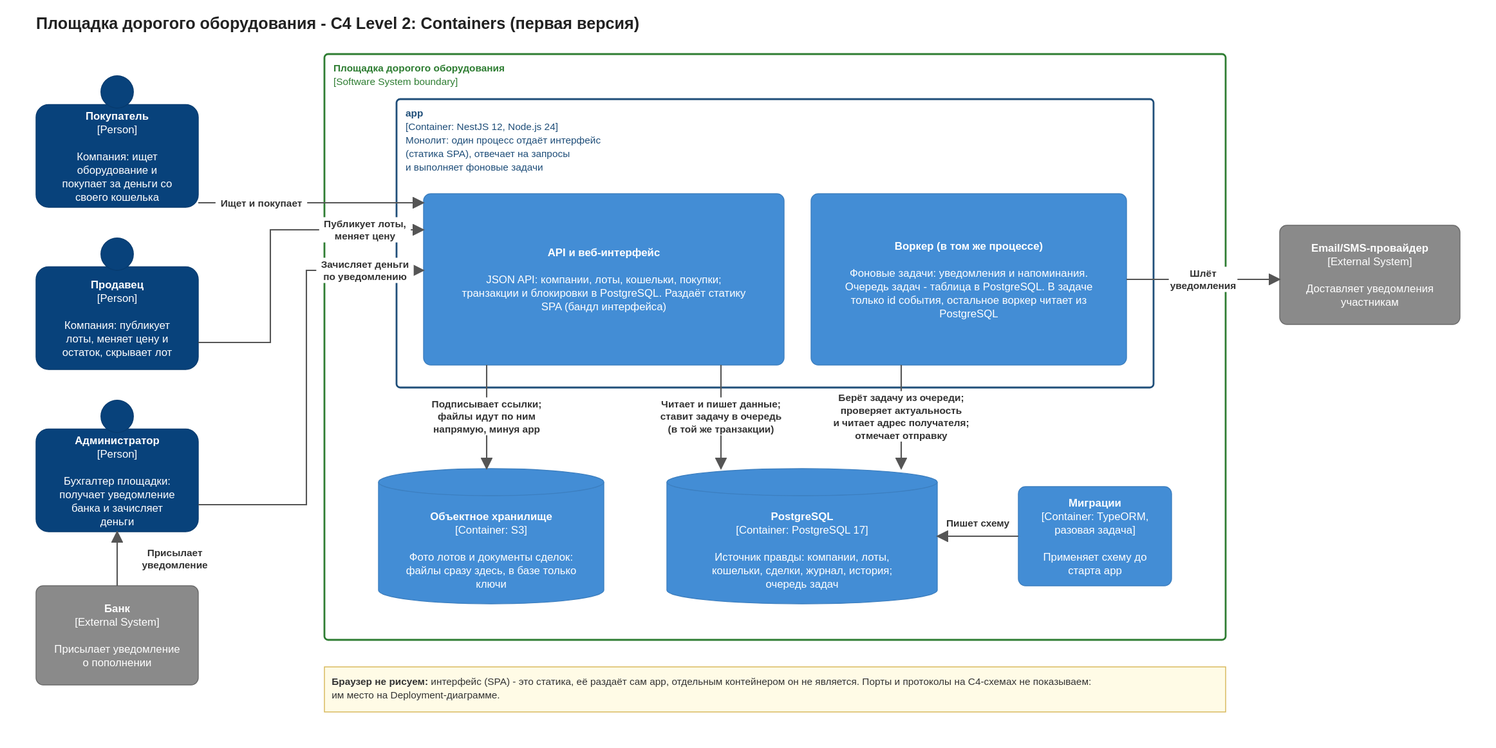
The draw.io diagram docs/system-design/marketplace-v2/L2 - Containers.drawio.svg in Elaman19/system-design, before a commit. Source tidied: cells renumbered, new cells last; positions are measured from the earlier drawing's top-left corner, leaving out a move shared by most shapes.
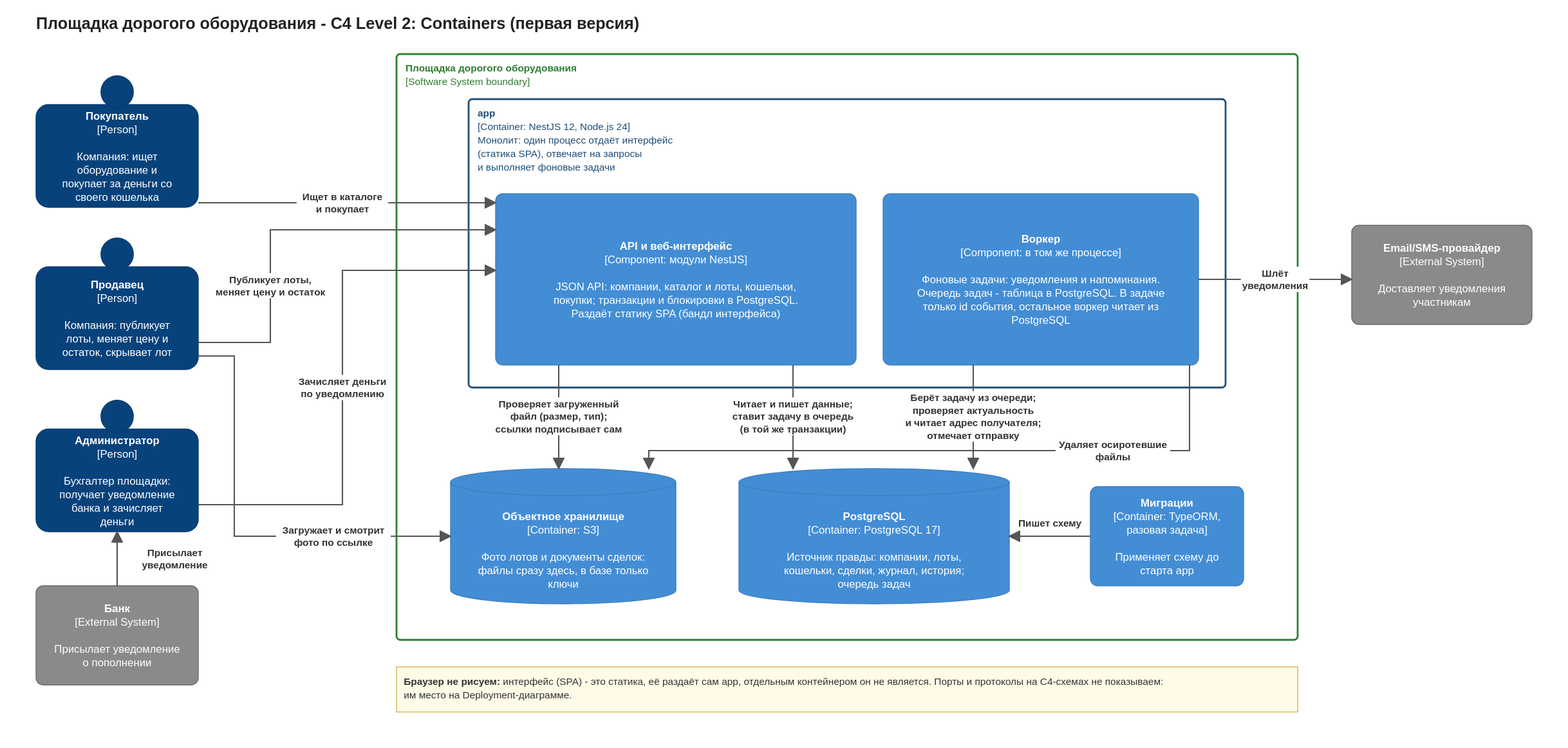
After the change.

Diff of the diagram source:
```diff
@@ -9,24 +9,24 @@
       <mxGeometry x="400" y="96" width="840" height="320" as="geometry" />
     </mxCell>
     <mxCell id="4" value="&lt;b&gt;Площадка дорогого оборудования - C4 Level 2: Containers (первая версия)&lt;/b&gt;" style="fontFamily=Helvetica;html=1;whiteSpace=wrap;text;fontSize=18;align=left;verticalAlign=top;fontColor=#222222;" parent="1" vertex="1">
-      <mxGeometry width="1580" height="30" as="geometry" />
+      <mxGeometry x="-80" width="1580" height="30" as="geometry" />
     </mxCell>
     <mxCell id="5" value="&lt;b&gt;Покупатель&lt;/b&gt;&lt;br&gt;[Person]&lt;br&gt;&lt;br&gt;Компания: ищет оборудование и покупает за деньги со своего кошелька" style="fontFamily=Helvetica;html=1;whiteSpace=wrap;fontSize=12;shape=mxgraph.c4.person2;fillColor=#08427b;strokeColor=#073b6f;fontColor=#ffffff;align=center;verticalAlign=middle;" parent="1" vertex="1">
-      <mxGeometry y="66" width="180" height="150" as="geometry" />
+      <mxGeometry x="-80" y="66" width="180" height="150" as="geometry" />
     </mxCell>
     <mxCell id="6" value="&lt;b&gt;Продавец&lt;/b&gt;&lt;br&gt;[Person]&lt;br&gt;&lt;br&gt;Компания: публикует лоты, меняет цену и остаток, скрывает лот" style="fontFamily=Helvetica;html=1;whiteSpace=wrap;fontSize=12;shape=mxgraph.c4.person2;fillColor=#08427b;strokeColor=#073b6f;fontColor=#ffffff;align=center;verticalAlign=middle;" parent="1" vertex="1">
-      <mxGeometry y="246" width="180" height="150" as="geometry" />
+      <mxGeometry x="-80" y="246" width="180" height="150" as="geometry" />
     </mxCell>
     <mxCell id="7" value="&lt;b&gt;Администратор&lt;/b&gt;&lt;br&gt;[Person]&lt;br&gt;&lt;br&gt;Бухгалтер площадки: получает уведомление банка и зачисляет деньги" style="fontFamily=Helvetica;html=1;whiteSpace=wrap;fontSize=12;shape=mxgraph.c4.person2;fillColor=#08427b;strokeColor=#073b6f;fontColor=#ffffff;align=center;verticalAlign=middle;" parent="1" vertex="1">
-      <mxGeometry y="426" width="180" height="150" as="geometry" />
+      <mxGeometry x="-80" y="426" width="180" height="150" as="geometry" />
     </mxCell>
     <mxCell id="8" value="&lt;b&gt;Банк&lt;/b&gt;&lt;br&gt;[External System]&lt;br&gt;&lt;br&gt;Присылает уведомление о пополнении" style="fontFamily=Helvetica;html=1;whiteSpace=wrap;fontSize=12;rounded=1;arcSize=8;fillColor=#8a8a8a;strokeColor=#6b6b6b;fontColor=#ffffff;" parent="1" vertex="1">
-      <mxGeometry y="636" width="180" height="110" as="geometry" />
+      <mxGeometry x="-80" y="636" width="180" height="110" as="geometry" />
     </mxCell>
-    <mxCell id="9" value="&lt;b&gt;API и веб-интерфейс&lt;/b&gt;&lt;br&gt;&lt;br&gt;JSON API: компании, лоты, кошельки, покупки; транзакции и блокировки в PostgreSQL. Раздаёт статику SPA (бандл интерфейса)" style="fontFamily=Helvetica;html=1;whiteSpace=wrap;fontSize=12;rounded=1;arcSize=8;fillColor=#438dd5;strokeColor=#3c7fc0;fontColor=#ffffff;" parent="1" vertex="1">
+    <mxCell id="9" value="&lt;b&gt;API и веб-интерфейс&lt;/b&gt;&lt;br&gt;[Component: модули NestJS]&lt;br&gt;&lt;br&gt;JSON API: компании, каталог и лоты, кошельки, покупки; транзакции и блокировки в PostgreSQL. Раздаёт статику SPA (бандл интерфейса)" style="fontFamily=Helvetica;html=1;whiteSpace=wrap;fontSize=12;rounded=1;arcSize=8;fillColor=#438dd5;strokeColor=#3c7fc0;fontColor=#ffffff;" parent="1" vertex="1">
       <mxGeometry x="430" y="201" width="400" height="190" as="geometry" />
     </mxCell>
-    <mxCell id="10" value="&lt;b&gt;Воркер (в том же процессе)&lt;/b&gt;&lt;br&gt;&lt;br&gt;Фоновые задачи: уведомления и напоминания. Очередь задач - таблица в PostgreSQL. В задаче только id события, остальное воркер читает из PostgreSQL" style="fontFamily=Helvetica;html=1;whiteSpace=wrap;fontSize=12;rounded=1;arcSize=8;fillColor=#438dd5;strokeColor=#3c7fc0;fontColor=#ffffff;" parent="1" vertex="1">
+    <mxCell id="10" value="&lt;b&gt;Воркер&lt;/b&gt;&lt;br&gt;[Component: в том же процессе]&lt;br&gt;&lt;br&gt;Фоновые задачи: уведомления и напоминания. Очередь задач - таблица в PostgreSQL. В задаче только id события, остальное воркер читает из PostgreSQL" style="fontFamily=Helvetica;html=1;whiteSpace=wrap;fontSize=12;rounded=1;arcSize=8;fillColor=#438dd5;strokeColor=#3c7fc0;fontColor=#ffffff;" parent="1" vertex="1">
       <mxGeometry x="860" y="201" width="350" height="190" as="geometry" />
     </mxCell>
     <mxCell id="11" value="&lt;b&gt;Объектное хранилище&lt;/b&gt;&lt;br&gt;[Container: S3]&lt;br&gt;&lt;br&gt;Фото лотов и документы сделок: файлы сразу здесь, в базе только ключи" style="fontFamily=Helvetica;html=1;whiteSpace=wrap;fontSize=12;shape=cylinder3;boundedLbl=1;backgroundOutline=1;size=15;fillColor=#438dd5;strokeColor=#3c7fc0;fontColor=#ffffff;" parent="1" vertex="1">
@@ -44,25 +44,6 @@
     <mxCell id="15" value="&lt;b&gt;Браузер не рисуем:&lt;/b&gt;интерфейс (SPA) - это статика, её раздаёт сам app, отдельным контейнером он не является. Порты и протоколы на C4-схемах не показываем: им место на Deployment-диаграмме." style="fontFamily=Helvetica;html=1;whiteSpace=wrap;fontSize=12;rounded=0;fillColor=#fffbe6;strokeColor=#d6b656;fontColor=#333333;align=left;verticalAlign=top;spacing=8;fontSize=11;" parent="1" vertex="1">
       <mxGeometry x="320" y="726" width="1000" height="50" as="geometry" />
     </mxCell>
-    <mxCell id="16" value="&lt;b&gt;Ищет и покупает&lt;/b&gt;" style="fontFamily=Helvetica;html=1;whiteSpace=wrap;fontSize=11;rounded=0;endArrow=blockThin;endFill=1;strokeColor=#555555;strokeWidth=1.5;fontColor=#333333;labelBackgroundColor=#ffffff;exitX=1.0;exitY=0.956;entryX=0.0;entryY=0.053;" parent="1" edge="1" source="5" target="9">
-      <mxGeometry x="-0.44" relative="1" as="geometry" />
-    </mxCell>
-    <mxCell id="17" value="&lt;b&gt;Публикует лоты,&lt;br&gt;меняет цену&lt;/b&gt;" style="fontFamily=Helvetica;html=1;whiteSpace=wrap;fontSize=11;rounded=0;endArrow=blockThin;endFill=1;strokeColor=#555555;strokeWidth=1.5;fontColor=#333333;labelBackgroundColor=#ffffff;exitX=1.0;exitY=0.737;entryX=0.0;entryY=0.211;" parent="1" edge="1" source="6" target="9">
-      <mxGeometry x="0.65" relative="1" as="geometry">
-        <Array as="points">
-          <mxPoint x="260" y="366" />
-          <mxPoint x="260" y="241" />
-        </Array>
-      </mxGeometry>
-    </mxCell>
-    <mxCell id="18" value="&lt;b&gt;Зачисляет деньги&lt;br&gt;по уведомлению&lt;/b&gt;" style="fontFamily=Helvetica;html=1;whiteSpace=wrap;fontSize=11;rounded=0;endArrow=blockThin;endFill=1;strokeColor=#555555;strokeWidth=1.5;fontColor=#333333;labelBackgroundColor=#ffffff;exitX=1.0;exitY=0.737;entryX=0.0;entryY=0.447;" parent="1" edge="1" source="7" target="9">
-      <mxGeometry x="0.75" relative="1" as="geometry">
-        <Array as="points">
-          <mxPoint x="300" y="546" />
-          <mxPoint x="300" y="286" />
-        </Array>
-      </mxGeometry>
-    </mxCell>
     <mxCell id="19" value="&lt;b&gt;Присылает&lt;br&gt;уведомление&lt;/b&gt;" style="fontFamily=Helvetica;html=1;whiteSpace=wrap;fontSize=11;rounded=0;endArrow=blockThin;endFill=1;strokeColor=#555555;strokeWidth=1.5;fontColor=#333333;labelBackgroundColor=#ffffff;exitX=0.5;exitY=0.0;entryX=0.5;entryY=1.0;" parent="1" edge="1" source="8" target="7">
       <mxGeometry relative="1" as="geometry">
         <mxPoint x="64" as="offset" />
@@ -71,7 +52,7 @@
     <mxCell id="20" value="&lt;b&gt;Читает и пишет данные;&lt;br&gt;ставит задачу в очередь&lt;br&gt;(в той же транзакции)&lt;/b&gt;" style="fontFamily=Helvetica;html=1;whiteSpace=wrap;fontSize=11;rounded=0;endArrow=blockThin;endFill=1;strokeColor=#555555;strokeWidth=1.5;fontColor=#333333;labelBackgroundColor=#ffffff;exitX=0.825;exitY=1.0;entryX=0.2;entryY=0.0;" parent="1" edge="1" source="9" target="12">
       <mxGeometry x="-0.01" relative="1" as="geometry" />
     </mxCell>
-    <mxCell id="21" value="&lt;b&gt;Подписывает ссылки;&lt;br&gt;файлы идут по ним&lt;br&gt;напрямую, минуя app&lt;/b&gt;" style="fontFamily=Helvetica;html=1;whiteSpace=wrap;fontSize=11;rounded=0;endArrow=blockThin;endFill=1;strokeColor=#555555;strokeWidth=1.5;fontColor=#333333;labelBackgroundColor=#ffffff;exitX=0.175;exitY=1.0;entryX=0.48;entryY=0.0;" parent="1" edge="1" source="9" target="11">
+    <mxCell id="21" value="&lt;b&gt;Проверяет загруженный&lt;br&gt;файл (размер, тип);&lt;br&gt;ссылки подписывает сам&lt;/b&gt;" style="fontFamily=Helvetica;html=1;whiteSpace=wrap;fontSize=11;rounded=0;endArrow=blockThin;endFill=1;strokeColor=#555555;strokeWidth=1.5;fontColor=#333333;labelBackgroundColor=#ffffff;exitX=0.175;exitY=1.0;entryX=0.48;entryY=0.0;" parent="1" edge="1" source="9" target="11">
       <mxGeometry x="-0.01" relative="1" as="geometry" />
     </mxCell>
     <mxCell id="22" value="&lt;b&gt;Берёт задачу из очереди;&lt;br&gt;проверяет актуальность&lt;br&gt;и читает адрес получателя;&lt;br&gt;отмечает отправку&lt;/b&gt;" style="fontFamily=Helvetica;html=1;whiteSpace=wrap;fontSize=11;rounded=0;endArrow=blockThin;endFill=1;strokeColor=#555555;strokeWidth=1.5;fontColor=#333333;labelBackgroundColor=#ffffff;exitX=0.286;exitY=1.0;entryX=0.867;entryY=0.0;" parent="1" edge="1" source="10" target="12">
@@ -85,5 +66,40 @@
     <mxCell id="24" value="&lt;b&gt;Шлёт&lt;br&gt;уведомления&lt;/b&gt;" style="fontFamily=Helvetica;html=1;whiteSpace=wrap;fontSize=11;rounded=0;endArrow=blockThin;endFill=1;strokeColor=#555555;strokeWidth=1.5;fontColor=#333333;labelBackgroundColor=#ffffff;exitX=1.0;exitY=0.5;entryX=0.0;entryY=0.545;" parent="1" edge="1" source="10" target="14">
       <mxGeometry relative="1" as="geometry" />
     </mxCell>
+    <mxCell id="16" value="&lt;b&gt;Ищет в каталоге&lt;br&gt;и покупает&lt;/b&gt;" style="fontFamily=Helvetica;html=1;whiteSpace=wrap;fontSize=11;rounded=0;endArrow=blockThin;endFill=1;strokeColor=#555555;strokeWidth=1.5;fontColor=#333333;labelBackgroundColor=#ffffff;exitX=1.0;exitY=0.956;entryX=0.0;entryY=0.053;" parent="1" edge="1" source="5" target="9">
+      <mxGeometry x="-0.03" relative="1" as="geometry" />
+    </mxCell>
+    <mxCell id="17" value="&lt;b&gt;Публикует лоты,&lt;br&gt;меняет цену и остаток&lt;/b&gt;" style="fontFamily=Helvetica;html=1;whiteSpace=wrap;fontSize=11;rounded=0;endArrow=blockThin;endFill=1;strokeColor=#555555;strokeWidth=1.5;fontColor=#333333;labelBackgroundColor=#ffffff;exitX=1.0;exitY=0.737;entryX=0.0;entryY=0.211;" parent="1" edge="1" source="6" target="9">
+      <mxGeometry x="-0.37" relative="1" as="geometry">
+        <Array as="points">
+          <mxPoint x="180" y="366" />
+          <mxPoint x="180" y="241" />
+        </Array>
+      </mxGeometry>
+    </mxCell>
+    <mxCell id="18" value="&lt;b&gt;Зачисляет деньги&lt;br&gt;по уведомлению&lt;/b&gt;" style="fontFamily=Helvetica;html=1;whiteSpace=wrap;fontSize=11;rounded=0;endArrow=blockThin;endFill=1;strokeColor=#555555;strokeWidth=1.5;fontColor=#333333;labelBackgroundColor=#ffffff;exitX=1.0;exitY=0.737;entryX=0.0;entryY=0.447;" parent="1" edge="1" source="7" target="9">
+      <mxGeometry x="-0.02" relative="1" as="geometry">
+        <Array as="points">
+          <mxPoint x="260" y="546" />
+          <mxPoint x="260" y="286" />
+        </Array>
+      </mxGeometry>
+    </mxCell>
+    <mxCell id="25" value="&lt;b&gt;Загружает и смотрит&lt;br&gt;фото по ссылке&lt;/b&gt;" style="fontFamily=Helvetica;html=1;whiteSpace=wrap;fontSize=11;rounded=0;endArrow=blockThin;endFill=1;strokeColor=#555555;strokeWidth=1.5;fontColor=#333333;labelBackgroundColor=#ffffff;exitX=1.0;exitY=0.868;entryX=0.0;entryY=0.5;" parent="1" edge="1" source="6" target="11">
+      <mxGeometry x="0.46" relative="1" as="geometry">
+        <Array as="points">
+          <mxPoint x="140" y="381" />
+          <mxPoint x="140" y="581" />
+        </Array>
+      </mxGeometry>
+    </mxCell>
+    <mxCell id="26" value="&lt;b&gt;Удаляет осиротевшие&lt;br&gt;файлы&lt;/b&gt;" style="fontFamily=Helvetica;html=1;whiteSpace=wrap;fontSize=11;rounded=0;endArrow=blockThin;endFill=1;strokeColor=#555555;strokeWidth=1.5;fontColor=#333333;labelBackgroundColor=#ffffff;exitX=0.971;exitY=1.0;entryX=0.88;entryY=0.0;" parent="1" edge="1" source="10" target="11">
+      <mxGeometry x="-0.5" relative="1" as="geometry">
+        <Array as="points">
+          <mxPoint x="1200" y="486" />
+          <mxPoint x="600" y="486" />
+        </Array>
+      </mxGeometry>
+    </mxCell>
   </root>
 </mxGraphModel>
```
